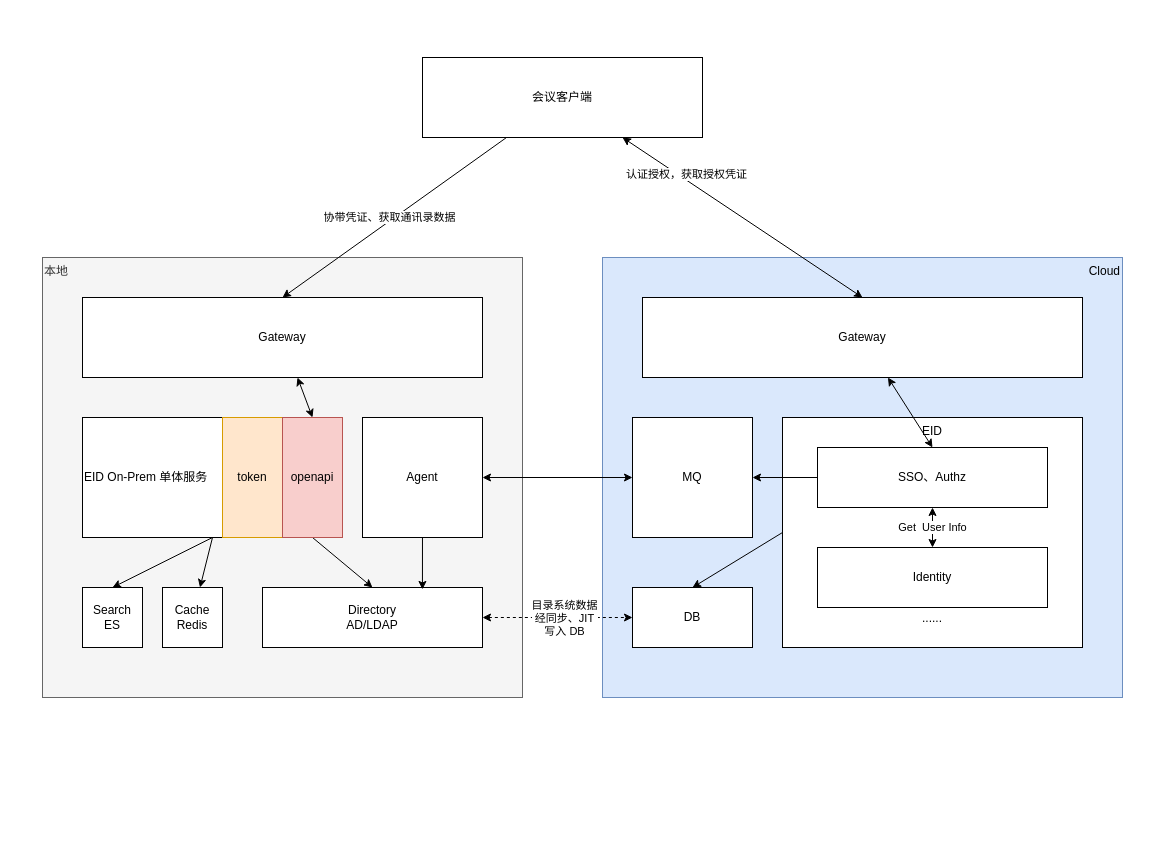
This is homework/src/main/resources/混合云整体架构.drawio from YufuMxl/geek_java_practise, a draw.io file, before an edit. Source tidied: cells renumbered, new cells numbered last; positions are measured from the earlier drawing's top-left corner, leaving out a move shared by most shapes. Both pictures are drawn from the tidied source at 100%, with x=0, y=0 at pixel (42, 57).
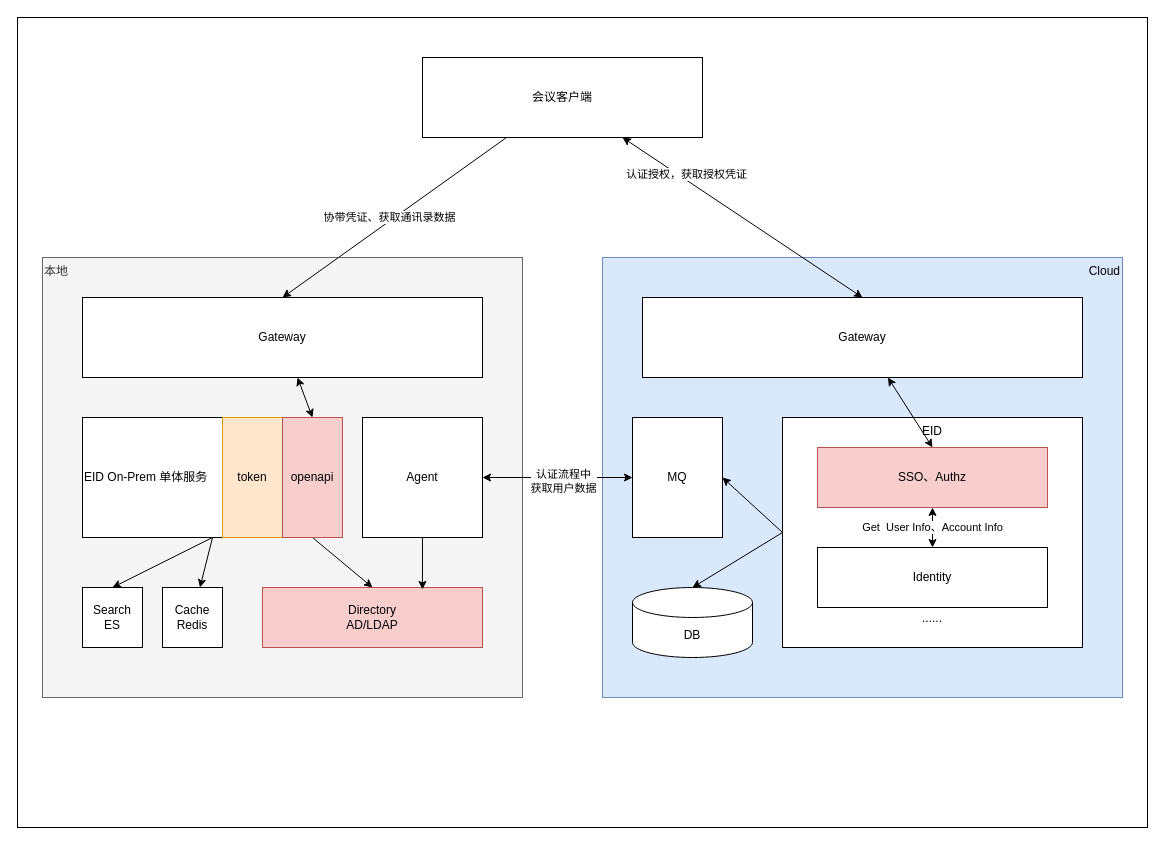
The same diagram, later.

Commit message (it also covers changes not shown here):
更新混合云整体架构.drawio

Unchanged cells that the change refers to:
```xml
<mxCell id="3" value="&lt;div&gt;EID&lt;/div&gt;&lt;div&gt;&lt;br&gt;&lt;/div&gt;&lt;div&gt;&lt;br&gt;&lt;/div&gt;&lt;div&gt;&lt;br&gt;&lt;/div&gt;&lt;div&gt;&lt;br&gt;&lt;/div&gt;&lt;div&gt;&lt;br&gt;&lt;/div&gt;&lt;div&gt;&lt;br&gt;&lt;/div&gt;&lt;div&gt;&lt;br&gt;&lt;/div&gt;&lt;div&gt;&lt;br&gt;&lt;/div&gt;&lt;div&gt;&lt;br&gt;&lt;/div&gt;&lt;div&gt;&lt;br&gt;&lt;/div&gt;&lt;div&gt;&lt;br&gt;&lt;/div&gt;&lt;div&gt;&lt;br&gt;&lt;/div&gt;&lt;div&gt;......&lt;br&gt;&lt;/div&gt;" style="rounded=0;whiteSpace=wrap;html=1;verticalAlign=top;" parent="1" vertex="1">
  <mxGeometry x="740" y="360" width="300" height="230" as="geometry" />
</mxCell>
<mxCell id="16" style="edgeStyle=orthogonalEdgeStyle;rounded=0;jettySize=auto;html=1;exitX=1;exitY=0.5;exitDx=0;exitDy=0;startArrow=classic;startFill=1;entryX=0;entryY=0.5;entryDx=0;entryDy=0;" parent="1" edge="1" source="17" target="26">
  <mxGeometry relative="1" as="geometry" />
</mxCell>
<mxCell id="30" value="Identity" style="rounded=0;whiteSpace=wrap;html=1;" parent="1" vertex="1">
  <mxGeometry x="775" y="490" width="230" height="60" as="geometry" />
</mxCell>
```

The edit, as a diff of the source:
```diff
@@
+    <mxCell id="35" style="rounded=0;whiteSpace=wrap;html=1;" parent="1" vertex="1">
+      <mxGeometry x="-25" y="-40" width="1130" height="810" as="geometry" />
+    </mxCell>
@@
-    <mxCell id="10" style="edgeStyle=orthogonalEdgeStyle;rounded=0;jettySize=auto;html=1;entryX=0;entryY=0.5;entryDx=0;entryDy=0;startArrow=classic;startFill=1;dashed=1;" parent="1" edge="1" source="12" target="32">
-      <mxGeometry relative="1" as="geometry" />
-    </mxCell>
-    <mxCell id="11" value="&lt;div&gt;目录系统数据&lt;/div&gt;&lt;div&gt;经同步、JIT&lt;/div&gt;&lt;div&gt;写入 DB&lt;br&gt;&lt;/div&gt;" style="edgeLabel;html=1;align=center;verticalAlign=middle;" parent="10" vertex="1">
-      <mxGeometry x="0.01" y="-1" relative="1" as="geometry">
-        <mxPoint x="5" y="-1" as="offset" />
-      </mxGeometry>
-    </mxCell>
-    <mxCell id="12" value="Directory&lt;div&gt;AD/LDAP&lt;/div&gt;" style="rounded=0;whiteSpace=wrap;html=1;" parent="1" vertex="1">
+    <mxCell id="12" value="Directory&lt;div&gt;AD/LDAP&lt;/div&gt;" style="rounded=0;whiteSpace=wrap;html=1;fillColor=#f8cecc;strokeColor=#b85450;" parent="1" vertex="1">
       <mxGeometry x="220" y="530" width="220" height="60" as="geometry" />
     </mxCell>
@@
+    <mxCell id="36" value="&lt;div&gt;认证流程中&lt;br&gt;&lt;/div&gt;&lt;div&gt;获取用户数据&lt;/div&gt;" style="edgeLabel;html=1;align=center;verticalAlign=middle;" parent="16" vertex="1">
+      <mxGeometry x="0.07" y="-3" relative="1" as="geometry" />
+    </mxCell>
@@
+    <mxCell id="37" style="rounded=0;jettySize=auto;html=1;exitX=1;exitY=0.5;exitDx=0;exitDy=0;entryX=0;entryY=0.5;entryDx=0;entryDy=0;startArrow=classic;startFill=1;endArrow=none;endFill=0;" parent="1" edge="1" source="26" target="3">
+      <mxGeometry relative="1" as="geometry" />
+    </mxCell>
     <mxCell id="26" value="MQ" style="rounded=0;whiteSpace=wrap;html=1;" parent="1" vertex="1">
-      <mxGeometry x="590" y="360" width="120" height="120" as="geometry" />
+      <mxGeometry x="590" y="360" width="90" height="120" as="geometry" />
     </mxCell>
-    <mxCell id="27" value="Get&amp;nbsp; User Info" style="edgeStyle=orthogonalEdgeStyle;rounded=0;jettySize=auto;html=1;startArrow=classic;startFill=1;endArrow=classic;endFill=1;" parent="1" edge="1" source="29" target="30">
+    <mxCell id="27" value="&lt;div&gt;Get&amp;nbsp; User Info、Account Info&lt;/div&gt;" style="edgeStyle=orthogonalEdgeStyle;rounded=0;jettySize=auto;html=1;startArrow=classic;startFill=1;endArrow=classic;endFill=1;" parent="1" edge="1" source="29" target="30">
       <mxGeometry relative="1" as="geometry" />
     </mxCell>
-    <mxCell id="28" style="edgeStyle=orthogonalEdgeStyle;rounded=0;jettySize=auto;html=1;entryX=1;entryY=0.5;entryDx=0;entryDy=0;" parent="1" edge="1" source="29" target="26">
-      <mxGeometry relative="1" as="geometry" />
-    </mxCell>
-    <mxCell id="29" value="SSO、Authz" style="rounded=0;whiteSpace=wrap;html=1;" parent="1" vertex="1">
+    <mxCell id="29" value="SSO、Authz" style="rounded=0;whiteSpace=wrap;html=1;fillColor=#f8cecc;strokeColor=#b85450;" parent="1" vertex="1">
       <mxGeometry x="775" y="390" width="230" height="60" as="geometry" />
     </mxCell>
@@
-    <mxCell id="31" style="rounded=0;jettySize=auto;html=1;entryX=0;entryY=0.5;entryDx=0;entryDy=0;exitX=0.5;exitY=0;exitDx=0;exitDy=0;startArrow=classic;startFill=1;endArrow=none;endFill=0;" parent="1" edge="1" source="32" target="3">
-      <mxGeometry relative="1" as="geometry" />
+    <mxCell id="31" style="rounded=0;jettySize=auto;html=1;entryX=0;entryY=0.5;entryDx=0;entryDy=0;exitX=0.5;exitY=0;exitDx=0;exitDy=0;startArrow=classic;startFill=1;endArrow=none;endFill=0;" parent="1" edge="1" target="3">
+      <mxGeometry relative="1" as="geometry">
+        <mxPoint x="650" y="530" as="sourcePoint" />
+      </mxGeometry>
     </mxCell>
-    <mxCell id="32" value="&lt;div&gt;DB&lt;/div&gt;" style="rounded=0;whiteSpace=wrap;html=1;" parent="1" vertex="1">
-      <mxGeometry x="590" y="530" width="120" height="60" as="geometry" />
-    </mxCell>
@@
+    <mxCell id="32" value="DB" style="shape=cylinder3;whiteSpace=wrap;html=1;boundedLbl=1;backgroundOutline=1;size=15;" parent="1" vertex="1">
+      <mxGeometry x="590" y="530" width="120" height="70" as="geometry" />
+    </mxCell>
```
